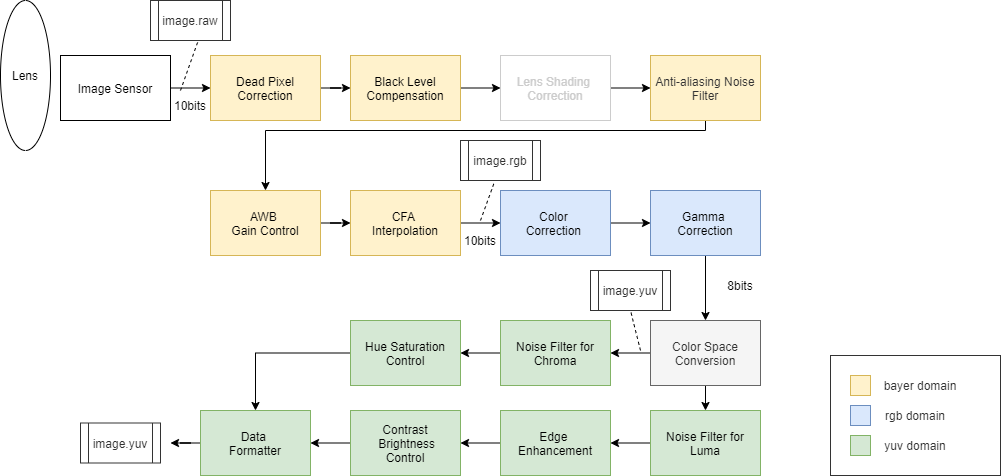
Before: image/isp_pipeline.png, a diagram exported from draw.io (lesialin/ImageSignalProcessing_C). Source tidied: cells renumbered, new cells last; positions are measured from the earlier drawing's top-left corner, leaving out a move shared by most shapes.
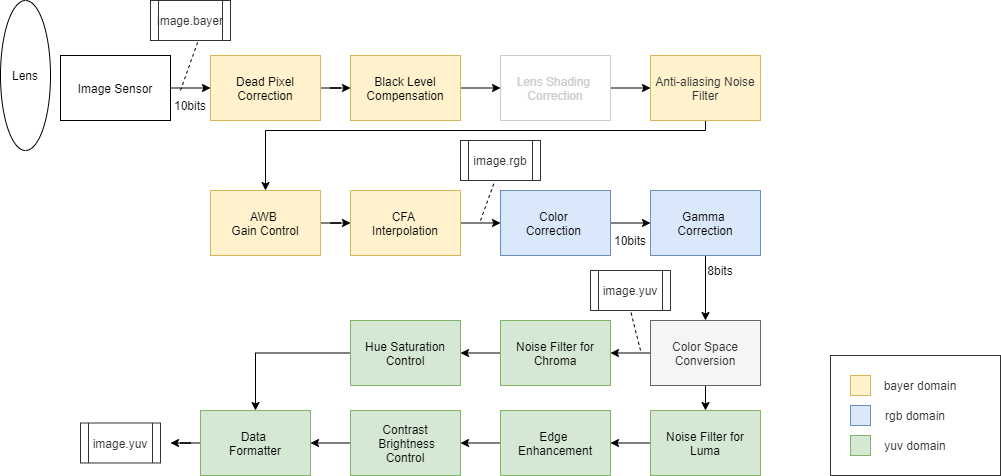
Later version of the same file.

Commit message:
refine fig

What changed in the source:
```diff
@@ -114,7 +114,7 @@
     <mxCell id="36" value="Data&amp;nbsp;&lt;br&gt;Formatter" style="rounded=0;whiteSpace=wrap;html=1;fillColor=#d5e8d4;strokeColor=#82b366;" parent="1" vertex="1">
       <mxGeometry x="200" y="410" width="110" height="65" as="geometry" />
     </mxCell>
-    <mxCell id="37" value="image.raw" style="shape=process;whiteSpace=wrap;html=1;backgroundOutline=1;fontColor=#333333;strokeColor=#333333;" parent="1" vertex="1">
+    <mxCell id="37" value="image.bayer" style="shape=process;whiteSpace=wrap;html=1;backgroundOutline=1;fontColor=#333333;strokeColor=#333333;" parent="1" vertex="1">
       <mxGeometry x="150" width="80" height="40" as="geometry" />
     </mxCell>
     <mxCell id="38" style="endArrow=none;dashed=1;html=1;rounded=0;fontColor=#333333;entryX=0.6;entryY=0.983;entryDx=0;entryDy=0;entryPerimeter=0;" parent="1" edge="1" target="37">
@@ -165,14 +165,14 @@
     <mxCell id="51" value="yuv domain" style="text;html=1;strokeColor=none;fillColor=none;align=center;verticalAlign=middle;whiteSpace=wrap;rounded=0;fontColor=#333333;" parent="44" vertex="1">
       <mxGeometry x="35" y="75" width="100" height="30" as="geometry" />
     </mxCell>
-    <mxCell id="52" value="10bits" style="text;html=1;strokeColor=none;fillColor=none;align=center;verticalAlign=middle;whiteSpace=wrap;rounded=0;" parent="1" vertex="1">
-      <mxGeometry x="450" y="225" width="60" height="30" as="geometry" />
-    </mxCell>
     <mxCell id="53" value="8bits" style="text;html=1;strokeColor=none;fillColor=none;align=center;verticalAlign=middle;whiteSpace=wrap;rounded=0;" parent="1" vertex="1">
-      <mxGeometry x="710" y="270" width="60" height="30" as="geometry" />
+      <mxGeometry x="690" y="255" width="60" height="30" as="geometry" />
     </mxCell>
     <mxCell id="54" value="10bits" style="text;html=1;strokeColor=none;fillColor=none;align=center;verticalAlign=middle;whiteSpace=wrap;rounded=0;" parent="1" vertex="1">
       <mxGeometry x="160" y="90" width="60" height="30" as="geometry" />
     </mxCell>
+    <mxCell id="52" value="10bits" style="text;html=1;strokeColor=none;fillColor=none;align=center;verticalAlign=middle;whiteSpace=wrap;rounded=0;" parent="1" vertex="1">
+      <mxGeometry x="600" y="225" width="60" height="30" as="geometry" />
+    </mxCell>
   </root>
 </mxGraphModel>
```
